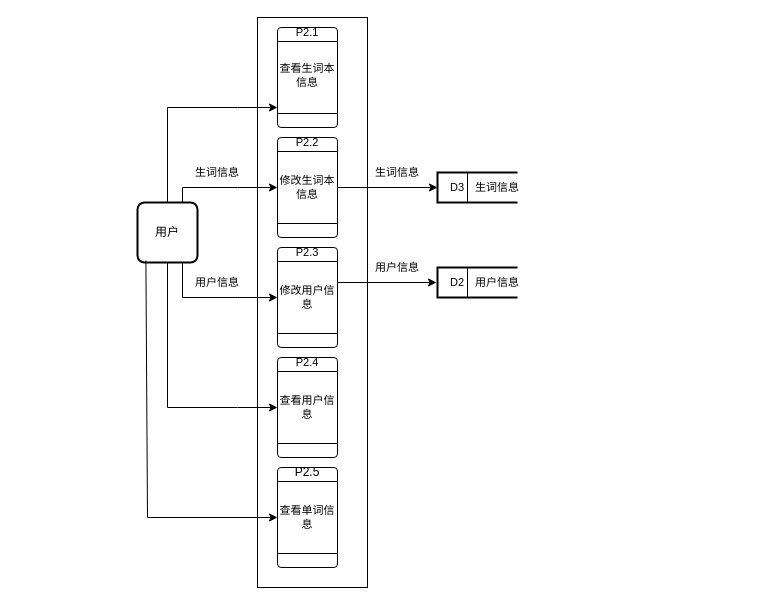
13593227471/HelloGitHub keeps this draw.io diagram as page "第 6 页" (6 of 9) of 功能模块图.drawio. Above is the earlier version. Source tidied: cells renumbered, new cells numbered last; positions are measured from the earlier drawing's top-left corner, leaving out a move shared by most shapes. Both pictures are drawn from the tidied source at 100%, with x=0, y=0 at pixel (137, 17).
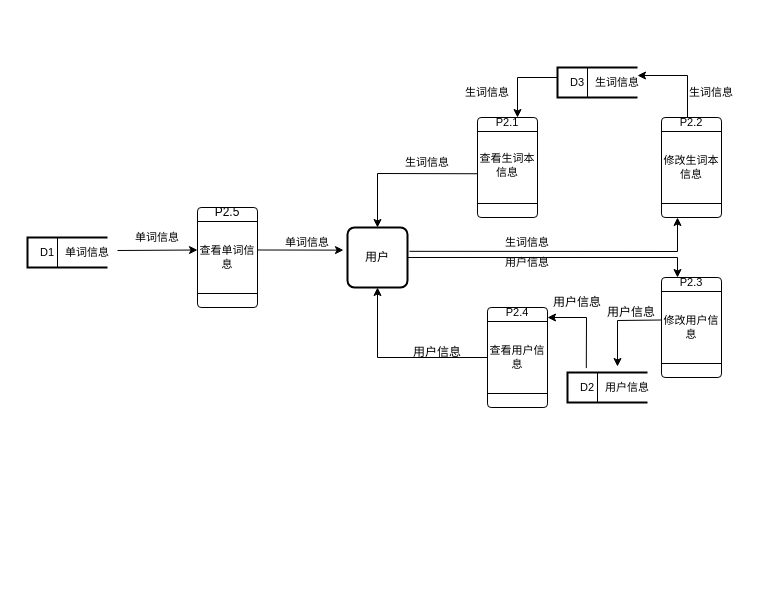
The same diagram, later.

What changed in the source:
```diff
@@
-    <mxCell id="2" style="rounded=0;whiteSpace=wrap;html=1;fontFamily=Helvetica;fontSize=11;fontColor=default;" parent="1" vertex="1">
-      <mxGeometry x="120" width="110" height="570" as="geometry" />
-    </mxCell>
     <mxCell id="3" value="用户" style="rounded=1;whiteSpace=wrap;html=1;absoluteArcSize=1;arcSize=14;strokeWidth=2;" parent="1" vertex="1">
-      <mxGeometry y="185" width="60" height="60" as="geometry" />
+      <mxGeometry x="210" y="210" width="60" height="60" as="geometry" />
     </mxCell>
     <mxCell id="4" style="verticalLabelPosition=bottom;verticalAlign=top;html=1;shape=process;whiteSpace=wrap;rounded=1;size=0.14;arcSize=6;fontFamily=Helvetica;fontSize=11;fontColor=default;rotation=-90;" parent="1" vertex="1">
-      <mxGeometry x="120" y="30" width="100" height="60" as="geometry" />
+      <mxGeometry x="320" y="120" width="100" height="60" as="geometry" />
     </mxCell>
     <mxCell id="5" value="P2.1" style="text;html=1;strokeColor=none;fillColor=none;align=center;verticalAlign=middle;whiteSpace=wrap;rounded=0;fontSize=11;fontFamily=Helvetica;fontColor=default;" parent="1" vertex="1">
-      <mxGeometry x="140" width="60" height="30" as="geometry" />
+      <mxGeometry x="340" y="90" width="60" height="30" as="geometry" />
     </mxCell>
     <mxCell id="6" value="查看生词本信息" style="text;html=1;strokeColor=none;fillColor=none;align=center;verticalAlign=middle;whiteSpace=wrap;rounded=0;fontSize=11;fontFamily=Helvetica;fontColor=default;" parent="1" vertex="1">
-      <mxGeometry x="140" y="40" width="60" height="35" as="geometry" />
+      <mxGeometry x="340" y="130" width="60" height="35" as="geometry" />
     </mxCell>
     <mxCell id="7" style="strokeWidth=2;html=1;shape=mxgraph.flowchart.annotation_1;align=left;fontFamily=Helvetica;fontSize=11;fontColor=default;" parent="1" vertex="1">
-      <mxGeometry x="300" y="155" width="80" height="30" as="geometry" />
+      <mxGeometry x="420" y="50" width="80" height="30" as="geometry" />
     </mxCell>
     <mxCell id="8" style="endArrow=none;html=1;rounded=0;labelBackgroundColor=default;strokeColor=default;fontFamily=Helvetica;fontSize=11;fontColor=default;shape=connector;" parent="1" edge="1">
       <mxGeometry relative="1" as="geometry">
-        <mxPoint x="330" y="185" as="sourcePoint" />
-        <mxPoint x="330" y="155" as="targetPoint" />
+        <mxPoint x="450" y="80" as="sourcePoint" />
+        <mxPoint x="450" y="50" as="targetPoint" />
       </mxGeometry>
     </mxCell>
     <mxCell id="9" style="strokeWidth=2;html=1;shape=mxgraph.flowchart.annotation_1;align=left;fontFamily=Helvetica;fontSize=11;fontColor=default;" parent="1" vertex="1">
-      <mxGeometry x="300" y="250" width="80" height="30" as="geometry" />
+      <mxGeometry x="430" y="355" width="80" height="30" as="geometry" />
     </mxCell>
     <mxCell id="10" style="endArrow=none;html=1;rounded=0;labelBackgroundColor=default;strokeColor=default;fontFamily=Helvetica;fontSize=11;fontColor=default;shape=connector;" parent="1" edge="1">
       <mxGeometry relative="1" as="geometry">
-        <mxPoint x="330" y="280" as="sourcePoint" />
-        <mxPoint x="330" y="250" as="targetPoint" />
+        <mxPoint x="460" y="385" as="sourcePoint" />
+        <mxPoint x="460" y="355" as="targetPoint" />
       </mxGeometry>
     </mxCell>
     <mxCell id="11" value="D3" style="text;html=1;strokeColor=none;fillColor=none;align=center;verticalAlign=middle;whiteSpace=wrap;rounded=0;fontSize=11;fontFamily=Helvetica;fontColor=default;" parent="1" vertex="1">
-      <mxGeometry x="290" y="155" width="60" height="30" as="geometry" />
+      <mxGeometry x="410" y="50" width="60" height="30" as="geometry" />
     </mxCell>
     <mxCell id="12" value="D2" style="text;html=1;strokeColor=none;fillColor=none;align=center;verticalAlign=middle;whiteSpace=wrap;rounded=0;fontSize=11;fontFamily=Helvetica;fontColor=default;" parent="1" vertex="1">
-      <mxGeometry x="290" y="250" width="60" height="30" as="geometry" />
+      <mxGeometry x="420" y="355" width="60" height="30" as="geometry" />
     </mxCell>
     <mxCell id="13" value="生词信息" style="text;html=1;strokeColor=none;fillColor=none;align=center;verticalAlign=middle;whiteSpace=wrap;rounded=0;fontSize=11;fontFamily=Helvetica;fontColor=default;" parent="1" vertex="1">
-      <mxGeometry x="330" y="155" width="60" height="30" as="geometry" />
+      <mxGeometry x="450" y="50" width="60" height="30" as="geometry" />
     </mxCell>
     <mxCell id="14" value="用户信息" style="text;html=1;strokeColor=none;fillColor=none;align=center;verticalAlign=middle;whiteSpace=wrap;rounded=0;fontSize=11;fontFamily=Helvetica;fontColor=default;" parent="1" vertex="1">
-      <mxGeometry x="330" y="250" width="60" height="30" as="geometry" />
+      <mxGeometry x="460" y="355" width="60" height="30" as="geometry" />
     </mxCell>
     <mxCell id="15" style="verticalLabelPosition=bottom;verticalAlign=top;html=1;shape=process;whiteSpace=wrap;rounded=1;size=0.14;arcSize=6;fontFamily=Helvetica;fontSize=11;fontColor=default;rotation=-90;" parent="1" vertex="1">
-      <mxGeometry x="120" y="140" width="100" height="60" as="geometry" />
+      <mxGeometry x="504" y="120" width="100" height="60" as="geometry" />
     </mxCell>
     <mxCell id="16" value="P2.2" style="text;html=1;strokeColor=none;fillColor=none;align=center;verticalAlign=middle;whiteSpace=wrap;rounded=0;fontSize=11;fontFamily=Helvetica;fontColor=default;" parent="1" vertex="1">
-      <mxGeometry x="140" y="110" width="60" height="30" as="geometry" />
+      <mxGeometry x="524" y="90" width="60" height="30" as="geometry" />
     </mxCell>
     <mxCell id="17" value="修改生词本信息" style="text;html=1;strokeColor=none;fillColor=none;align=center;verticalAlign=middle;whiteSpace=wrap;rounded=0;fontSize=11;fontFamily=Helvetica;fontColor=default;" parent="1" vertex="1">
-      <mxGeometry x="140" y="155" width="60" height="30" as="geometry" />
+      <mxGeometry x="524" y="135" width="60" height="30" as="geometry" />
     </mxCell>
     <mxCell id="18" style="verticalLabelPosition=bottom;verticalAlign=top;html=1;shape=process;whiteSpace=wrap;rounded=1;size=0.14;arcSize=6;fontFamily=Helvetica;fontSize=11;fontColor=default;rotation=-90;" parent="1" vertex="1">
-      <mxGeometry x="120" y="250" width="100" height="60" as="geometry" />
+      <mxGeometry x="504" y="280" width="100" height="60" as="geometry" />
     </mxCell>
     <mxCell id="19" value="P2.3" style="text;html=1;strokeColor=none;fillColor=none;align=center;verticalAlign=middle;whiteSpace=wrap;rounded=0;fontSize=11;fontFamily=Helvetica;fontColor=default;" parent="1" vertex="1">
-      <mxGeometry x="140" y="220" width="60" height="30" as="geometry" />
+      <mxGeometry x="524" y="250" width="60" height="30" as="geometry" />
     </mxCell>
     <mxCell id="20" value="修改用户信息" style="text;html=1;strokeColor=none;fillColor=none;align=center;verticalAlign=middle;whiteSpace=wrap;rounded=0;fontSize=11;fontFamily=Helvetica;fontColor=default;" parent="1" vertex="1">
-      <mxGeometry x="140" y="265" width="60" height="30" as="geometry" />
+      <mxGeometry x="524" y="295" width="60" height="30" as="geometry" />
     </mxCell>
     <mxCell id="21" style="verticalLabelPosition=bottom;verticalAlign=top;html=1;shape=process;whiteSpace=wrap;rounded=1;size=0.14;arcSize=6;fontFamily=Helvetica;fontSize=11;fontColor=default;rotation=-90;" parent="1" vertex="1">
-      <mxGeometry x="120" y="360" width="100" height="60" as="geometry" />
+      <mxGeometry x="330" y="310" width="100" height="60" as="geometry" />
     </mxCell>
     <mxCell id="22" value="P2.4" style="text;html=1;strokeColor=none;fillColor=none;align=center;verticalAlign=middle;whiteSpace=wrap;rounded=0;fontSize=11;fontFamily=Helvetica;fontColor=default;" parent="1" vertex="1">
-      <mxGeometry x="140" y="330" width="60" height="30" as="geometry" />
+      <mxGeometry x="350" y="280" width="60" height="30" as="geometry" />
     </mxCell>
     <mxCell id="23" value="查看用户信息" style="text;html=1;strokeColor=none;fillColor=none;align=center;verticalAlign=middle;whiteSpace=wrap;rounded=0;fontSize=11;fontFamily=Helvetica;fontColor=default;" parent="1" vertex="1">
-      <mxGeometry x="140" y="375" width="60" height="30" as="geometry" />
+      <mxGeometry x="350" y="325" width="60" height="30" as="geometry" />
     </mxCell>
-    <mxCell id="24" style="endArrow=classic;html=1;rounded=0;labelBackgroundColor=default;strokeColor=default;fontFamily=Helvetica;fontSize=11;fontColor=default;shape=connector;" parent="1" edge="1">
-      <mxGeometry relative="1" as="geometry">
-        <mxPoint x="100" y="90" as="sourcePoint" />
-        <mxPoint x="140" y="90" as="targetPoint" />
-      </mxGeometry>
-    </mxCell>
-    <mxCell id="25" style="endArrow=classic;html=1;rounded=0;labelBackgroundColor=default;strokeColor=default;fontFamily=Helvetica;fontSize=11;fontColor=default;shape=connector;" parent="1" edge="1">
-      <mxGeometry relative="1" as="geometry">
-        <mxPoint x="100" y="170" as="sourcePoint" />
-        <mxPoint x="140" y="170" as="targetPoint" />
-      </mxGeometry>
-    </mxCell>
-    <mxCell id="26" style="endArrow=classic;html=1;rounded=0;labelBackgroundColor=default;strokeColor=default;fontFamily=Helvetica;fontSize=11;fontColor=default;shape=connector;" parent="1" edge="1">
-      <mxGeometry relative="1" as="geometry">
-        <mxPoint x="100" y="280" as="sourcePoint" />
-        <mxPoint x="140" y="280" as="targetPoint" />
-      </mxGeometry>
-    </mxCell>
-    <mxCell id="27" style="endArrow=classic;html=1;rounded=0;labelBackgroundColor=default;strokeColor=default;fontFamily=Helvetica;fontSize=11;fontColor=default;shape=connector;" parent="1" edge="1">
-      <mxGeometry relative="1" as="geometry">
-        <mxPoint x="100" y="390" as="sourcePoint" />
-        <mxPoint x="140" y="390" as="targetPoint" />
-      </mxGeometry>
-    </mxCell>
-    <mxCell id="28" style="endArrow=none;html=1;rounded=0;labelBackgroundColor=default;strokeColor=default;fontFamily=Helvetica;fontSize=11;fontColor=default;shape=connector;" parent="1" edge="1">
-      <mxGeometry relative="1" as="geometry">
-        <mxPoint x="200" y="265" as="sourcePoint" />
-        <mxPoint x="250" y="265" as="targetPoint" />
-      </mxGeometry>
-    </mxCell>
-    <mxCell id="29" style="endArrow=classic;html=1;rounded=0;labelBackgroundColor=default;strokeColor=default;fontFamily=Helvetica;fontSize=11;fontColor=default;shape=connector;" parent="1" edge="1">
-      <mxGeometry relative="1" as="geometry">
-        <mxPoint x="249" y="265" as="sourcePoint" />
-        <mxPoint x="299" y="265" as="targetPoint" />
-      </mxGeometry>
-    </mxCell>
-    <mxCell id="30" style="endArrow=none;html=1;rounded=0;exitX=0.5;exitY=0;exitDx=0;exitDy=0;" parent="1" edge="1" source="3">
-      <mxGeometry relative="1" as="geometry">
-        <mxPoint x="100" y="90" as="targetPoint" />
-        <Array as="points">
-          <mxPoint x="30" y="90" />
-        </Array>
-      </mxGeometry>
-    </mxCell>
-    <mxCell id="31" style="endArrow=none;html=1;rounded=0;exitX=0.75;exitY=0;exitDx=0;exitDy=0;" parent="1" edge="1" source="3">
-      <mxGeometry relative="1" as="geometry">
-        <mxPoint x="100" y="170" as="targetPoint" />
-        <Array as="points">
-          <mxPoint x="45" y="170" />
-        </Array>
-      </mxGeometry>
-    </mxCell>
-    <mxCell id="32" style="endArrow=none;html=1;rounded=0;entryX=0.75;entryY=1;entryDx=0;entryDy=0;" parent="1" edge="1" target="3">
-      <mxGeometry relative="1" as="geometry">
-        <mxPoint x="100" y="280" as="sourcePoint" />
-        <Array as="points">
-          <mxPoint x="45" y="280" />
-        </Array>
-      </mxGeometry>
-    </mxCell>
-    <mxCell id="33" style="endArrow=none;html=1;rounded=0;entryX=0.5;entryY=1;entryDx=0;entryDy=0;" parent="1" edge="1" target="3">
-      <mxGeometry relative="1" as="geometry">
-        <mxPoint x="100" y="390" as="sourcePoint" />
-        <Array as="points">
-          <mxPoint x="30" y="390" />
-        </Array>
-      </mxGeometry>
-    </mxCell>
-    <mxCell id="34" value="生词信息" style="text;html=1;strokeColor=none;fillColor=none;align=center;verticalAlign=middle;whiteSpace=wrap;rounded=0;fontSize=11;fontFamily=Helvetica;fontColor=default;" parent="1" vertex="1">
-      <mxGeometry x="50" y="140" width="60" height="30" as="geometry" />
-    </mxCell>
-    <mxCell id="35" value="用户信息" style="text;html=1;strokeColor=none;fillColor=none;align=center;verticalAlign=middle;whiteSpace=wrap;rounded=0;fontSize=11;fontFamily=Helvetica;fontColor=default;" parent="1" vertex="1">
-      <mxGeometry x="50" y="250" width="60" height="30" as="geometry" />
-    </mxCell>
-    <mxCell id="36" style="endArrow=classic;html=1;rounded=0;exitX=1;exitY=0.5;exitDx=0;exitDy=0;" parent="1" edge="1" source="17">
-      <mxGeometry relative="1" as="geometry">
-        <mxPoint x="300" y="170" as="targetPoint" />
-      </mxGeometry>
-    </mxCell>
     <mxCell id="37" value="生词信息" style="text;html=1;strokeColor=none;fillColor=none;align=center;verticalAlign=middle;whiteSpace=wrap;rounded=0;fontSize=11;fontFamily=Helvetica;fontColor=default;" parent="1" vertex="1">
-      <mxGeometry x="230" y="140" width="60" height="30" as="geometry" />
+      <mxGeometry x="544" y="60" width="60" height="30" as="geometry" />
     </mxCell>
     <mxCell id="38" value="用户信息" style="text;html=1;strokeColor=none;fillColor=none;align=center;verticalAlign=middle;whiteSpace=wrap;rounded=0;fontSize=11;fontFamily=Helvetica;fontColor=default;" parent="1" vertex="1">
-      <mxGeometry x="230" y="235" width="60" height="30" as="geometry" />
+      <mxGeometry x="360" y="230" width="60" height="30" as="geometry" />
     </mxCell>
     <mxCell id="39" style="verticalLabelPosition=bottom;verticalAlign=top;html=1;shape=process;whiteSpace=wrap;rounded=1;size=0.14;arcSize=6;fontFamily=Helvetica;fontSize=11;fontColor=default;rotation=-90;" parent="1" vertex="1">
-      <mxGeometry x="120" y="470" width="100" height="60" as="geometry" />
+      <mxGeometry x="40" y="210" width="100" height="60" as="geometry" />
     </mxCell>
     <mxCell id="40" value="查看单词信息" style="text;html=1;strokeColor=none;fillColor=none;align=center;verticalAlign=middle;whiteSpace=wrap;rounded=0;fontSize=11;fontFamily=Helvetica;fontColor=default;" parent="1" vertex="1">
-      <mxGeometry x="140" y="485" width="60" height="30" as="geometry" />
+      <mxGeometry x="60" y="225" width="60" height="30" as="geometry" />
     </mxCell>
     <mxCell id="41" value="P2.5" style="text;html=1;strokeColor=none;fillColor=none;align=center;verticalAlign=middle;whiteSpace=wrap;rounded=0;" parent="1" vertex="1">
-      <mxGeometry x="140" y="440" width="60" height="30" as="geometry" />
+      <mxGeometry x="60" y="180" width="60" height="30" as="geometry" />
     </mxCell>
-    <mxCell id="42" style="endArrow=classic;html=1;rounded=0;entryX=0;entryY=0.5;entryDx=0;entryDy=0;exitX=0.14;exitY=0.967;exitDx=0;exitDy=0;exitPerimeter=0;" parent="1" edge="1" source="3" target="40">
-      <mxGeometry relative="1" as="geometry">
-        <Array as="points">
-          <mxPoint x="10" y="500" />
-        </Array>
-      </mxGeometry>
-    </mxCell>
+    <mxCell id="43" value="生词信息" style="text;html=1;strokeColor=none;fillColor=none;align=center;verticalAlign=middle;whiteSpace=wrap;rounded=0;fontSize=11;fontFamily=Helvetica;fontColor=default;" parent="1" vertex="1">
+      <mxGeometry x="360" y="210" width="60" height="30" as="geometry" />
+    </mxCell>
+    <mxCell id="44" style="endArrow=classic;html=1;rounded=0;exitX=1;exitY=0.5;exitDx=0;exitDy=0;" parent="1" edge="1" source="3">
+      <mxGeometry relative="1" as="geometry">
+        <mxPoint x="540" y="260" as="targetPoint" />
+        <Array as="points">
+          <mxPoint x="540" y="240" />
+        </Array>
+      </mxGeometry>
+    </mxCell>
+    <mxCell id="45" value="用户信息" style="text;html=1;strokeColor=none;fillColor=none;align=center;verticalAlign=middle;whiteSpace=wrap;rounded=0;" parent="1" vertex="1">
+      <mxGeometry x="464" y="280" width="60" height="30" as="geometry" />
+    </mxCell>
+    <mxCell id="46" style="endArrow=classic;html=1;rounded=0;exitX=1.033;exitY=0.397;exitDx=0;exitDy=0;exitPerimeter=0;" parent="1" edge="1" source="3">
+      <mxGeometry relative="1" as="geometry">
+        <mxPoint x="540" y="200" as="targetPoint" />
+        <Array as="points">
+          <mxPoint x="540" y="234" />
+        </Array>
+      </mxGeometry>
+    </mxCell>
+    <mxCell id="47" style="endArrow=classic;html=1;rounded=0;" parent="1" edge="1">
+      <mxGeometry relative="1" as="geometry">
+        <mxPoint x="550" y="100" as="sourcePoint" />
+        <mxPoint x="500" y="58" as="targetPoint" />
+        <Array as="points">
+          <mxPoint x="550" y="58" />
+        </Array>
+      </mxGeometry>
+    </mxCell>
+    <mxCell id="48" style="endArrow=classic;html=1;rounded=0;" parent="1" edge="1">
+      <mxGeometry relative="1" as="geometry">
+        <mxPoint x="420" y="60" as="sourcePoint" />
+        <mxPoint x="380" y="100" as="targetPoint" />
+        <Array as="points">
+          <mxPoint x="380" y="60" />
+        </Array>
+      </mxGeometry>
+    </mxCell>
+    <mxCell id="49" value="生词信息" style="text;html=1;strokeColor=none;fillColor=none;align=center;verticalAlign=middle;whiteSpace=wrap;rounded=0;fontSize=11;fontFamily=Helvetica;fontColor=default;" parent="1" vertex="1">
+      <mxGeometry x="320" y="60" width="60" height="30" as="geometry" />
+    </mxCell>
+    <mxCell id="50" style="endArrow=classic;html=1;rounded=0;exitX=0;exitY=0.75;exitDx=0;exitDy=0;entryX=0.5;entryY=0;entryDx=0;entryDy=0;" parent="1" edge="1" source="6" target="3">
+      <mxGeometry relative="1" as="geometry">
+        <Array as="points">
+          <mxPoint x="240" y="156" />
+        </Array>
+      </mxGeometry>
+    </mxCell>
+    <mxCell id="51" value="生词信息" style="text;html=1;strokeColor=none;fillColor=none;align=center;verticalAlign=middle;whiteSpace=wrap;rounded=0;fontSize=11;fontFamily=Helvetica;fontColor=default;" parent="1" vertex="1">
+      <mxGeometry x="260" y="130" width="60" height="30" as="geometry" />
+    </mxCell>
+    <mxCell id="52" style="endArrow=classic;html=1;rounded=0;exitX=0;exitY=0.25;exitDx=0;exitDy=0;entryX=0.625;entryY=-0.2;entryDx=0;entryDy=0;entryPerimeter=0;" parent="1" edge="1" source="20" target="9">
+      <mxGeometry relative="1" as="geometry">
+        <Array as="points">
+          <mxPoint x="480" y="303" />
+        </Array>
+      </mxGeometry>
+    </mxCell>
+    <mxCell id="53" value="用户信息" style="text;html=1;strokeColor=none;fillColor=none;align=center;verticalAlign=middle;whiteSpace=wrap;rounded=0;" parent="1" vertex="1">
+      <mxGeometry x="410" y="270" width="60" height="30" as="geometry" />
+    </mxCell>
+    <mxCell id="54" style="endArrow=classic;html=1;rounded=0;exitX=0.235;exitY=-0.147;exitDx=0;exitDy=0;exitPerimeter=0;" parent="1" edge="1" source="9">
+      <mxGeometry relative="1" as="geometry">
+        <mxPoint x="410" y="300" as="targetPoint" />
+        <Array as="points">
+          <mxPoint x="449" y="300" />
+        </Array>
+      </mxGeometry>
+    </mxCell>
+    <mxCell id="55" style="endArrow=classic;html=1;rounded=0;exitX=0;exitY=0.5;exitDx=0;exitDy=0;entryX=0.5;entryY=1;entryDx=0;entryDy=0;" parent="1" edge="1" source="23" target="3">
+      <mxGeometry relative="1" as="geometry">
+        <Array as="points">
+          <mxPoint x="240" y="340" />
+        </Array>
+      </mxGeometry>
+    </mxCell>
+    <mxCell id="56" value="用户信息" style="text;html=1;strokeColor=none;fillColor=none;align=center;verticalAlign=middle;whiteSpace=wrap;rounded=0;" parent="1" vertex="1">
+      <mxGeometry x="270" y="320" width="60" height="30" as="geometry" />
+    </mxCell>
+    <mxCell id="57" style="strokeWidth=2;html=1;shape=mxgraph.flowchart.annotation_1;align=left;fontFamily=Helvetica;fontSize=11;fontColor=default;" parent="1" vertex="1">
+      <mxGeometry x="-110" y="220" width="80" height="30" as="geometry" />
+    </mxCell>
+    <mxCell id="58" style="endArrow=none;html=1;rounded=0;labelBackgroundColor=default;strokeColor=default;fontFamily=Helvetica;fontSize=11;fontColor=default;shape=connector;" parent="1" edge="1">
+      <mxGeometry relative="1" as="geometry">
+        <mxPoint x="-80" y="250" as="sourcePoint" />
+        <mxPoint x="-80" y="220" as="targetPoint" />
+      </mxGeometry>
+    </mxCell>
+    <mxCell id="59" value="D1" style="text;html=1;strokeColor=none;fillColor=none;align=center;verticalAlign=middle;whiteSpace=wrap;rounded=0;fontSize=11;fontFamily=Helvetica;fontColor=default;" parent="1" vertex="1">
+      <mxGeometry x="-120" y="220" width="60" height="30" as="geometry" />
+    </mxCell>
+    <mxCell id="60" value="单词信息" style="text;html=1;strokeColor=none;fillColor=none;align=center;verticalAlign=middle;whiteSpace=wrap;rounded=0;fontSize=11;fontFamily=Helvetica;fontColor=default;" parent="1" vertex="1">
+      <mxGeometry x="-80" y="220" width="60" height="30" as="geometry" />
+    </mxCell>
+    <mxCell id="61" style="endArrow=classic;html=1;rounded=0;entryX=0;entryY=0.25;entryDx=0;entryDy=0;" parent="1" edge="1" target="40">
+      <mxGeometry relative="1" as="geometry">
+        <mxPoint x="-20" y="233" as="sourcePoint" />
+      </mxGeometry>
+    </mxCell>
+    <mxCell id="62" value="单词信息" style="text;html=1;strokeColor=none;fillColor=none;align=center;verticalAlign=middle;whiteSpace=wrap;rounded=0;fontSize=11;fontFamily=Helvetica;fontColor=default;" parent="1" vertex="1">
+      <mxGeometry x="-10" y="205" width="60" height="30" as="geometry" />
+    </mxCell>
+    <mxCell id="63" style="endArrow=classic;html=1;rounded=0;entryX=-0.067;entryY=0.377;entryDx=0;entryDy=0;entryPerimeter=0;exitX=1;exitY=0.25;exitDx=0;exitDy=0;" parent="1" edge="1" source="40" target="3">
+      <mxGeometry relative="1" as="geometry" />
+    </mxCell>
+    <mxCell id="64" value="单词信息" style="text;html=1;strokeColor=none;fillColor=none;align=center;verticalAlign=middle;whiteSpace=wrap;rounded=0;fontSize=11;fontFamily=Helvetica;fontColor=default;" parent="1" vertex="1">
+      <mxGeometry x="140" y="210" width="60" height="30" as="geometry" />
+    </mxCell>
```
